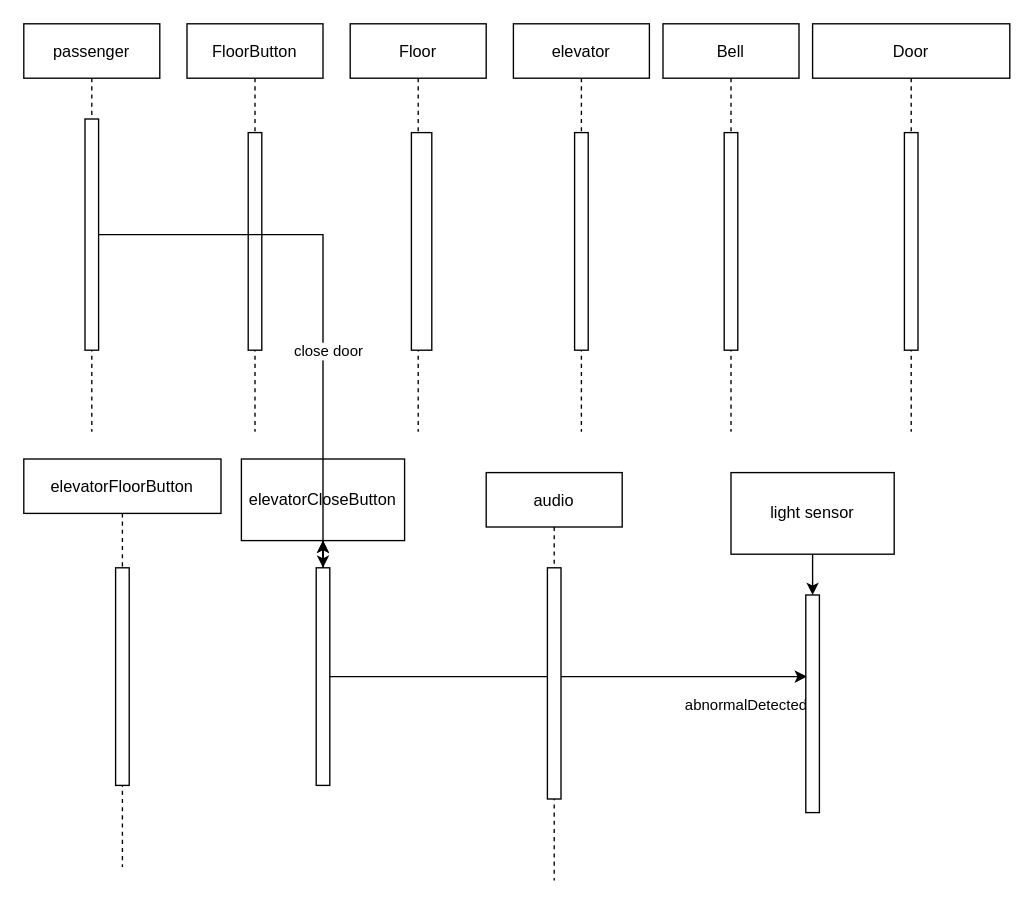
Earlier version of the draw.io diagram Untitled Diagram.drawio (therealdandong/trie). Source tidied: cells renumbered, new cells numbered last; positions are measured from the earlier drawing's top-left corner, leaving out a move shared by most shapes. Both pictures are drawn from the tidied source at 136%, with x=0, y=0 at pixel (23, 23).
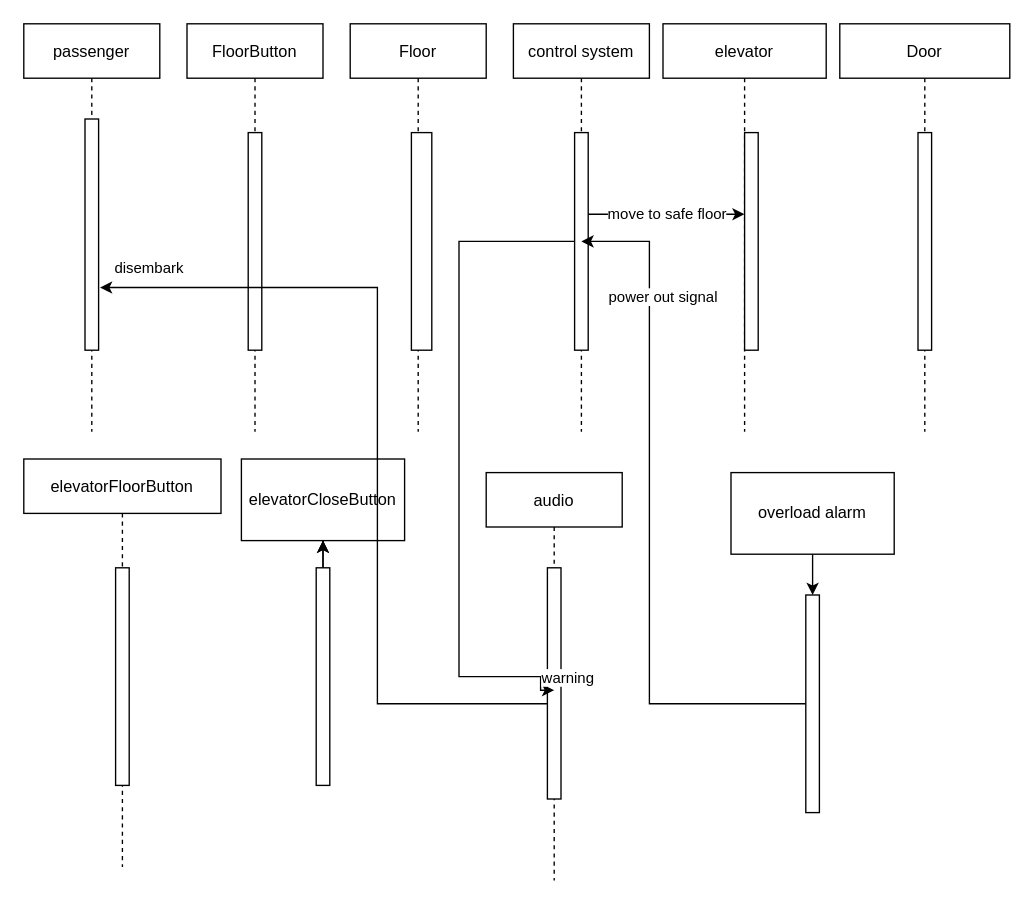
After the change.

The change refers to these unchanged cells:
```xml
<mxCell id="2" value="passenger" style="shape=umlLifeline;perimeter=lifelinePerimeter;rounded=0;shadow=0;strokeWidth=1;" parent="1" vertex="1">
  <mxGeometry width="100" height="300" as="geometry" />
</mxCell>
<mxCell id="25" value="audio" style="shape=umlLifeline;perimeter=lifelinePerimeter;rounded=0;shadow=0;strokeWidth=1;" parent="1" vertex="1">
  <mxGeometry x="340" y="330" width="100" height="300" as="geometry" />
</mxCell>
```

The edit, as a diff of the source:
```diff
@@
-    <mxCell id="3" style="points=[];perimeter=orthogonalPerimeter;rounded=0;shadow=0;strokeWidth=1;" parent="2" vertex="1">
+    <mxCell id="3" style="points=[];perimeter=orthogonalPerimeter;rounded=0;shadow=0;strokeWidth=1;fillColor=default;strokeColor=default;fontColor=default;" parent="2" vertex="1">
       <mxGeometry x="45" y="70" width="10" height="170" as="geometry" />
     </mxCell>
@@
-    <mxCell id="8" value="elevator" style="shape=umlLifeline;perimeter=lifelinePerimeter;rounded=0;shadow=0;strokeWidth=1;" parent="1" vertex="1">
+    <mxCell id="8" value="control system" style="shape=umlLifeline;perimeter=lifelinePerimeter;rounded=0;shadow=0;strokeWidth=1;fontColor=default;" parent="1" vertex="1">
       <mxGeometry x="360" width="100" height="300" as="geometry" />
     </mxCell>
-    <mxCell id="9" style="points=[];perimeter=orthogonalPerimeter;rounded=0;shadow=0;strokeWidth=1;" parent="8" vertex="1">
+    <mxCell id="9" style="points=[];perimeter=orthogonalPerimeter;rounded=0;shadow=0;strokeWidth=1;fillColor=default;strokeColor=default;fontColor=default;" parent="8" vertex="1">
       <mxGeometry x="45" y="80" width="10" height="160" as="geometry" />
     </mxCell>
-    <mxCell id="10" value="Bell" style="shape=umlLifeline;perimeter=lifelinePerimeter;rounded=0;shadow=0;strokeWidth=1;" parent="1" vertex="1">
-      <mxGeometry x="470" width="100" height="300" as="geometry" />
+    <mxCell id="10" value="elevator" style="shape=umlLifeline;perimeter=lifelinePerimeter;rounded=0;shadow=0;strokeWidth=1;fontColor=default;fillColor=default;strokeColor=default;" parent="1" vertex="1">
+      <mxGeometry x="470" width="120" height="300" as="geometry" />
     </mxCell>
-    <mxCell id="11" style="points=[];perimeter=orthogonalPerimeter;rounded=0;shadow=0;strokeWidth=1;" parent="10" vertex="1">
-      <mxGeometry x="45" y="80" width="10" height="160" as="geometry" />
+    <mxCell id="11" style="points=[];perimeter=orthogonalPerimeter;rounded=0;shadow=0;strokeWidth=1;fillColor=default;strokeColor=default;fontColor=default;" parent="10" vertex="1">
+      <mxGeometry x="60" y="80" width="10" height="160" as="geometry" />
     </mxCell>
-    <mxCell id="12" value="Door" style="shape=umlLifeline;perimeter=lifelinePerimeter;rounded=0;shadow=0;strokeWidth=1;" parent="1" vertex="1">
-      <mxGeometry x="580" width="145" height="300" as="geometry" />
+    <mxCell id="12" value="Door" style="shape=umlLifeline;perimeter=lifelinePerimeter;rounded=0;shadow=0;strokeWidth=1;fillColor=default;strokeColor=default;fontColor=default;" parent="1" vertex="1">
+      <mxGeometry x="600" width="125" height="300" as="geometry" />
     </mxCell>
-    <mxCell id="13" style="perimeter=orthogonalPerimeter;rounded=0;shadow=0;strokeWidth=1;" parent="12" vertex="1">
-      <mxGeometry x="67.5" y="80" width="10" height="160" as="geometry" />
+    <mxCell id="13" style="perimeter=orthogonalPerimeter;rounded=0;shadow=0;strokeWidth=1;fillColor=default;strokeColor=default;fontColor=default;" parent="12" vertex="1">
+      <mxGeometry x="57.5" y="80" width="10" height="160" as="geometry" />
     </mxCell>
@@
-    <mxCell id="18" style="edgeStyle=orthogonalEdgeStyle;rounded=0;jettySize=auto;html=1;entryX=0.083;entryY=0.375;entryDx=0;entryDy=0;entryPerimeter=0;" parent="1" edge="1" source="20" target="22">
-      <mxGeometry relative="1" as="geometry" />
-    </mxCell>
-    <mxCell id="19" value="abnormalDetected" style="edgeLabel;html=1;align=center;verticalAlign=middle;" parent="18" vertex="1">
-      <mxGeometry x="0.9" y="-2" relative="1" as="geometry">
-        <mxPoint x="-28" y="18" as="offset" />
-      </mxGeometry>
-    </mxCell>
-    <mxCell id="20" style="points=[];perimeter=orthogonalPerimeter;rounded=0;shadow=0;strokeWidth=1;" parent="1" vertex="1">
+    <mxCell id="20" style="points=[];perimeter=orthogonalPerimeter;rounded=0;shadow=0;strokeWidth=1;fillColor=default;strokeColor=default;fontColor=default;" parent="1" vertex="1">
       <mxGeometry x="215" y="400" width="10" height="160" as="geometry" />
     </mxCell>
@@
+    <mxCell id="29" style="edgeStyle=orthogonalEdgeStyle;rounded=0;jettySize=auto;html=1;labelBackgroundColor=default;fontColor=default;strokeColor=default;" parent="1" edge="1" source="22">
+      <mxGeometry relative="1" as="geometry">
+        <mxPoint x="410" y="160" as="targetPoint" />
+        <Array as="points">
+          <mxPoint x="460" y="500" />
+          <mxPoint x="460" y="160" />
+        </Array>
+      </mxGeometry>
+    </mxCell>
+    <mxCell id="30" value="power out signal&lt;br&gt;" style="edgeLabel;html=1;align=center;verticalAlign=middle;fontColor=default;labelBackgroundColor=default;" parent="29" vertex="1">
+      <mxGeometry x="0.83" y="-3" relative="1" as="geometry">
+        <mxPoint x="16" y="43" as="offset" />
+      </mxGeometry>
+    </mxCell>
-    <mxCell id="22" style="points=[];perimeter=orthogonalPerimeter;rounded=0;shadow=0;strokeWidth=1;" parent="1" vertex="1">
+    <mxCell id="22" style="points=[];perimeter=orthogonalPerimeter;rounded=0;shadow=0;strokeWidth=1;fillColor=default;strokeColor=default;fontColor=default;" parent="1" vertex="1">
       <mxGeometry x="575" y="420" width="10" height="160" as="geometry" />
     </mxCell>
@@
-    <mxCell id="24" value="light sensor" style="whiteSpace=wrap;html=1;rounded=0;shadow=0;strokeWidth=1;" parent="1" vertex="1">
+    <mxCell id="24" value="overload alarm" style="whiteSpace=wrap;html=1;rounded=0;shadow=0;strokeWidth=1;" parent="1" vertex="1">
       <mxGeometry x="520" y="330" width="120" height="60" as="geometry" />
     </mxCell>
@@
-    <mxCell id="26" style="points=[];perimeter=orthogonalPerimeter;rounded=0;shadow=0;strokeWidth=1;" parent="25" vertex="1">
+    <mxCell id="26" style="points=[];perimeter=orthogonalPerimeter;rounded=0;shadow=0;strokeWidth=1;fillColor=default;strokeColor=default;fontColor=default;" parent="25" vertex="1">
       <mxGeometry x="45" y="70" width="10" height="170" as="geometry" />
     </mxCell>
-    <mxCell id="27" style="edgeStyle=orthogonalEdgeStyle;rounded=0;jettySize=auto;html=1;" parent="1" edge="1" source="3" target="20">
-      <mxGeometry relative="1" as="geometry" />
-    </mxCell>
-    <mxCell id="28" value="close door" style="edgeLabel;html=1;align=center;verticalAlign=middle;" parent="27" vertex="1">
-      <mxGeometry x="0.22" y="3" relative="1" as="geometry" />
-    </mxCell>
+    <mxCell id="31" value="move to safe floor" style="edgeStyle=orthogonalEdgeStyle;rounded=0;jettySize=auto;html=1;labelBackgroundColor=default;fontColor=default;strokeColor=default;" parent="1" edge="1" source="9" target="11">
+      <mxGeometry relative="1" as="geometry">
+        <Array as="points">
+          <mxPoint x="440" y="140" />
+          <mxPoint x="440" y="140" />
+        </Array>
+      </mxGeometry>
+    </mxCell>
+    <mxCell id="32" value="warning" style="edgeStyle=orthogonalEdgeStyle;rounded=0;jettySize=auto;html=1;labelBackgroundColor=default;fontColor=default;strokeColor=default;" parent="1" edge="1" source="9">
+      <mxGeometry x="0.92" y="20" relative="1" as="geometry">
+        <mxPoint x="390" y="490" as="targetPoint" />
+        <Array as="points">
+          <mxPoint x="320" y="160" />
+          <mxPoint x="320" y="480" />
+          <mxPoint x="380" y="480" />
+          <mxPoint x="380" y="490" />
+        </Array>
+      </mxGeometry>
+    </mxCell>
+    <mxCell id="33" style="edgeStyle=orthogonalEdgeStyle;rounded=0;jettySize=auto;html=1;labelBackgroundColor=default;fontColor=default;strokeColor=default;entryX=1.1;entryY=0.729;entryDx=0;entryDy=0;entryPerimeter=0;" parent="1" edge="1" source="26" target="3">
+      <mxGeometry relative="1" as="geometry">
+        <Array as="points">
+          <mxPoint x="260" y="500" />
+          <mxPoint x="260" y="194" />
+        </Array>
+      </mxGeometry>
+    </mxCell>
+    <mxCell id="34" value="disembark" style="edgeLabel;html=1;align=center;verticalAlign=middle;fontColor=default;labelBackgroundColor=default;" parent="33" vertex="1">
+      <mxGeometry x="0.94" y="-2" relative="1" as="geometry">
+        <mxPoint x="16" y="-12" as="offset" />
+      </mxGeometry>
+    </mxCell>
```
